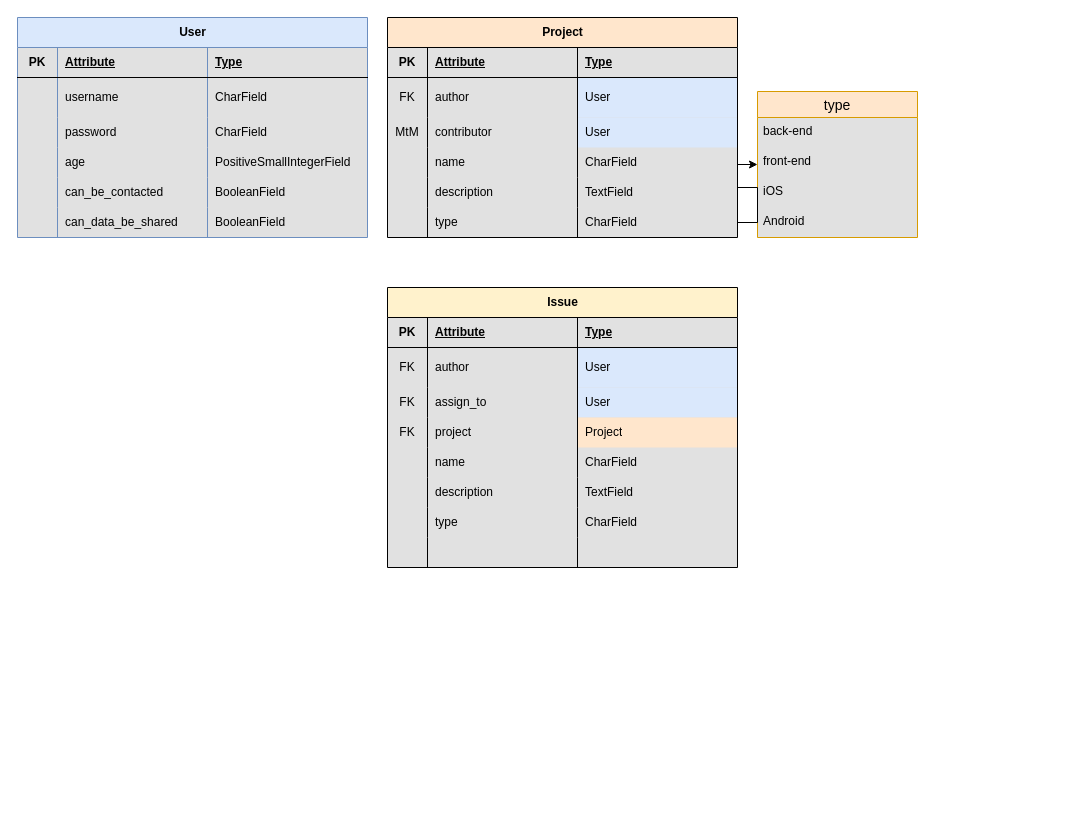
This is P10_model.drawio from CuteSlime/P10_Creez_une_API_securisee_RESTful_en_utilisant_Django_REST, a draw.io file, before an edit. Source tidied: cells renumbered, new cells numbered last; positions are measured from the earlier drawing's top-left corner, leaving out a move shared by most shapes. Both pictures are drawn from the tidied source at 100%, with x=0, y=0 at pixel (17, 17).
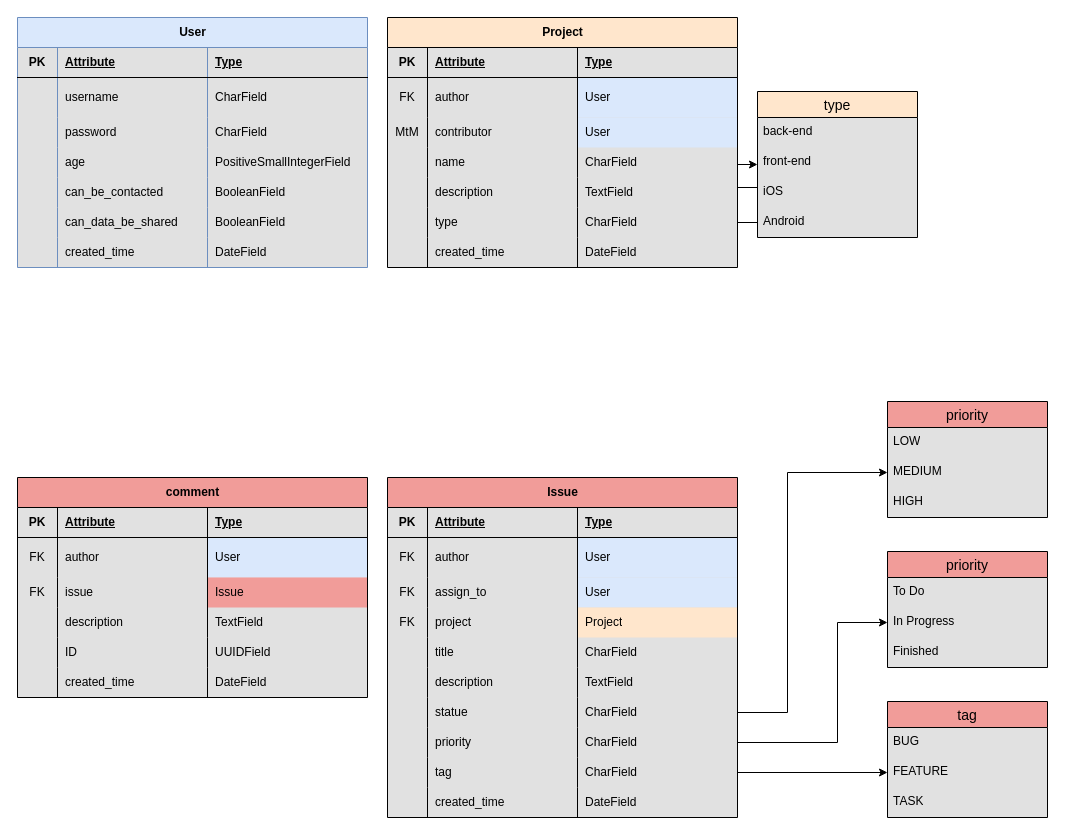
After the change.

Commit message:
Mettre à jour P10_model.drawio

The change refers to these unchanged cells:
```xml
<mxCell id="75" style="shape=tableRow;horizontal=0;startSize=0;swimlaneHead=0;swimlaneBody=0;fillColor=none;top=0;left=0;right=0;bottom=0;" parent="58" vertex="1">
  <mxGeometry y="160" width="350" height="30" as="geometry" />
</mxCell>
<mxCell id="83" style="shape=tableRow;horizontal=0;startSize=0;swimlaneHead=0;swimlaneBody=0;fillColor=none;points=[[0,0.5],[1,0.5]];portConstraint=eastwest;top=0;left=0;right=0;bottom=0;" parent="58" vertex="1">
  <mxGeometry y="220" width="350" height="30" as="geometry" />
</mxCell>
<mxCell id="87" style="shape=tableRow;horizontal=0;startSize=0;swimlaneHead=0;swimlaneBody=0;fillColor=none;points=[[0,0.5],[1,0.5]];portConstraint=eastwest;top=0;left=0;right=0;bottom=0;" parent="58" vertex="1">
  <mxGeometry y="250" width="350" height="30" as="geometry" />
</mxCell>
```

What changed in the source:
```diff
@@
     <mxCell id="2" value="User" style="shape=table;startSize=30;childLayout=tableLayout;rowLines=0;fontStyle=1;align=center;html=1;fillColor=#dae8fc;strokeColor=#6c8ebf;swimlaneFillColor=#E1E1E1;" parent="1" vertex="1">
-      <mxGeometry width="350" height="220" as="geometry" />
+      <mxGeometry width="350" height="250" as="geometry" />
     </mxCell>
@@
+    <mxCell id="91" style="shape=tableRow;horizontal=0;startSize=0;swimlaneHead=0;swimlaneBody=0;fillColor=none;top=0;left=0;right=0;bottom=0;" parent="2" vertex="1">
+      <mxGeometry y="220" width="350" height="30" as="geometry" />
+    </mxCell>
+    <mxCell id="92" style="shape=partialRectangle;fillColor=none;top=0;left=0;bottom=0;right=0;overflow=hidden;whiteSpace=wrap;html=1;" parent="91" vertex="1">
+      <mxGeometry width="40" height="30" as="geometry" />
+    </mxCell>
+    <mxCell id="93" value="created_time" style="shape=partialRectangle;fillColor=none;top=0;left=0;bottom=0;right=0;align=left;spacingLeft=6;overflow=hidden;whiteSpace=wrap;html=1;" parent="91" vertex="1">
+      <mxGeometry x="40" width="150" height="30" as="geometry" />
+    </mxCell>
+    <mxCell id="94" value="DateField" style="shape=partialRectangle;fillColor=none;top=0;left=0;bottom=0;right=0;align=left;spacingLeft=6;overflow=hidden;whiteSpace=wrap;html=1;" parent="91" vertex="1">
+      <mxGeometry x="190" width="160" height="30" as="geometry" />
+    </mxCell>
     <mxCell id="27" value="Project" style="shape=table;startSize=30;childLayout=tableLayout;rowLines=0;fontStyle=1;align=center;html=1;fillColor=#ffe6cc;strokeColor=#000000;swimlaneFillColor=#E1E1E1;" parent="1" vertex="1">
-      <mxGeometry x="370" width="350" height="220" as="geometry" />
+      <mxGeometry x="370" width="350" height="250" as="geometry" />
     </mxCell>
@@
+    <mxCell id="95" style="shape=tableRow;horizontal=0;startSize=0;swimlaneHead=0;swimlaneBody=0;fillColor=none;top=0;left=0;right=0;bottom=0;" parent="27" vertex="1">
+      <mxGeometry y="220" width="350" height="30" as="geometry" />
+    </mxCell>
+    <mxCell id="96" style="shape=partialRectangle;fillColor=none;top=0;left=0;bottom=0;right=0;overflow=hidden;whiteSpace=wrap;html=1;" parent="95" vertex="1">
+      <mxGeometry width="40" height="30" as="geometry" />
+    </mxCell>
+    <mxCell id="97" value="created_time" style="shape=partialRectangle;fillColor=none;top=0;left=0;bottom=0;right=0;align=left;spacingLeft=6;overflow=hidden;whiteSpace=wrap;html=1;" parent="95" vertex="1">
+      <mxGeometry x="40" width="150" height="30" as="geometry" />
+    </mxCell>
+    <mxCell id="98" value="DateField" style="shape=partialRectangle;fillColor=none;top=0;left=0;bottom=0;right=0;align=left;spacingLeft=6;overflow=hidden;whiteSpace=wrap;html=1;" parent="95" vertex="1">
+      <mxGeometry x="190" width="160" height="30" as="geometry" />
+    </mxCell>
-    <mxCell id="52" value="type" style="swimlane;fontStyle=0;horizontal=1;startSize=26;align=center;fontSize=14;fillColor=#ffe6cc;strokeColor=#d79b00;swimlaneFillColor=#E1E1E1;" parent="1" vertex="1">
+    <mxCell id="52" value="type" style="swimlane;fontStyle=0;horizontal=1;startSize=26;align=center;fontSize=14;fillColor=#ffe6cc;strokeColor=#000000;swimlaneFillColor=#E1E1E1;" parent="1" vertex="1">
       <mxGeometry x="740" y="74" width="160" height="146" as="geometry" />
     </mxCell>
@@
-    <mxCell id="58" value="Issue" style="shape=table;startSize=30;childLayout=tableLayout;rowLines=0;fontStyle=1;align=center;html=1;fillColor=#fff2cc;strokeColor=#000000;swimlaneFillColor=#E1E1E1;" parent="1" vertex="1">
-      <mxGeometry x="370" y="270" width="350" height="280" as="geometry" />
+    <mxCell id="58" value="Issue" style="shape=table;startSize=30;childLayout=tableLayout;rowLines=0;fontStyle=1;align=center;html=1;fillColor=#F19C99;strokeColor=#000000;swimlaneFillColor=#E1E1E1;" parent="1" vertex="1">
+      <mxGeometry x="370" y="460" width="350" height="340" as="geometry" />
     </mxCell>
@@
-    <mxCell id="77" value="name" style="shape=partialRectangle;fillColor=none;top=0;left=0;bottom=0;right=0;align=left;spacingLeft=6;overflow=hidden;whiteSpace=wrap;html=1;" parent="75" vertex="1">
+    <mxCell id="77" value="title" style="shape=partialRectangle;fillColor=none;top=0;left=0;bottom=0;right=0;align=left;spacingLeft=6;overflow=hidden;whiteSpace=wrap;html=1;" parent="75" vertex="1">
       <mxGeometry x="40" width="150" height="30" as="geometry" />
     </mxCell>
@@
-    <mxCell id="85" value="type" style="shape=partialRectangle;fillColor=none;top=0;left=0;bottom=0;right=0;align=left;spacingLeft=6;overflow=hidden;whiteSpace=wrap;html=1;" parent="83" vertex="1">
+    <mxCell id="85" value="statue" style="shape=partialRectangle;fillColor=none;top=0;left=0;bottom=0;right=0;align=left;spacingLeft=6;overflow=hidden;whiteSpace=wrap;html=1;" parent="83" vertex="1">
       <mxGeometry x="40" width="150" height="30" as="geometry" />
     </mxCell>
@@
-    <mxCell id="88" style="shape=partialRectangle;fillColor=none;top=0;left=0;bottom=0;right=0;overflow=hidden;whiteSpace=wrap;html=1;" parent="87" vertex="1">
-      <mxGeometry width="40" height="30" as="geometry" />
-    </mxCell>
-    <mxCell id="89" style="shape=partialRectangle;fillColor=none;top=0;left=0;bottom=0;right=0;align=left;spacingLeft=6;overflow=hidden;whiteSpace=wrap;html=1;" parent="87" vertex="1">
-      <mxGeometry x="40" width="150" height="30" as="geometry" />
-    </mxCell>
-    <mxCell id="90" style="shape=partialRectangle;fillColor=none;top=0;left=0;bottom=0;right=0;align=left;spacingLeft=6;overflow=hidden;whiteSpace=wrap;html=1;" parent="87" vertex="1">
-      <mxGeometry x="190" width="160" height="30" as="geometry" />
-    </mxCell>
+    <mxCell id="99" style="shape=partialRectangle;fillColor=none;top=0;left=0;bottom=0;right=0;overflow=hidden;whiteSpace=wrap;html=1;" parent="87" vertex="1">
+      <mxGeometry width="40" height="30" as="geometry" />
+    </mxCell>
+    <mxCell id="100" value="priority&lt;span style=&quot;white-space: pre;&quot;&gt;&#9;&lt;/span&gt;" style="shape=partialRectangle;fillColor=none;top=0;left=0;bottom=0;right=0;align=left;spacingLeft=6;overflow=hidden;whiteSpace=wrap;html=1;" parent="87" vertex="1">
+      <mxGeometry x="40" width="150" height="30" as="geometry" />
+    </mxCell>
+    <mxCell id="101" value="CharField" style="shape=partialRectangle;fillColor=none;top=0;left=0;bottom=0;right=0;align=left;spacingLeft=6;overflow=hidden;whiteSpace=wrap;html=1;" parent="87" vertex="1">
+      <mxGeometry x="190" width="160" height="30" as="geometry" />
+    </mxCell>
+    <mxCell id="102" style="shape=tableRow;horizontal=0;startSize=0;swimlaneHead=0;swimlaneBody=0;fillColor=none;points=[[0,0.5],[1,0.5]];portConstraint=eastwest;top=0;left=0;right=0;bottom=0;" parent="58" vertex="1">
+      <mxGeometry y="280" width="350" height="30" as="geometry" />
+    </mxCell>
+    <mxCell id="103" style="shape=partialRectangle;fillColor=none;top=0;left=0;bottom=0;right=0;overflow=hidden;whiteSpace=wrap;html=1;" parent="102" vertex="1">
+      <mxGeometry width="40" height="30" as="geometry" />
+    </mxCell>
+    <mxCell id="104" value="tag" style="shape=partialRectangle;fillColor=none;top=0;left=0;bottom=0;right=0;align=left;spacingLeft=6;overflow=hidden;whiteSpace=wrap;html=1;" parent="102" vertex="1">
+      <mxGeometry x="40" width="150" height="30" as="geometry" />
+    </mxCell>
+    <mxCell id="105" value="CharField" style="shape=partialRectangle;fillColor=none;top=0;left=0;bottom=0;right=0;align=left;spacingLeft=6;overflow=hidden;whiteSpace=wrap;html=1;" parent="102" vertex="1">
+      <mxGeometry x="190" width="160" height="30" as="geometry" />
+    </mxCell>
+    <mxCell id="106" style="shape=tableRow;horizontal=0;startSize=0;swimlaneHead=0;swimlaneBody=0;fillColor=none;top=0;left=0;right=0;bottom=0;" parent="58" vertex="1">
+      <mxGeometry y="310" width="350" height="30" as="geometry" />
+    </mxCell>
+    <mxCell id="107" style="shape=partialRectangle;fillColor=none;top=0;left=0;bottom=0;right=0;overflow=hidden;whiteSpace=wrap;html=1;" parent="106" vertex="1">
+      <mxGeometry width="40" height="30" as="geometry" />
+    </mxCell>
+    <mxCell id="108" value="created_time" style="shape=partialRectangle;fillColor=none;top=0;left=0;bottom=0;right=0;align=left;spacingLeft=6;overflow=hidden;whiteSpace=wrap;html=1;" parent="106" vertex="1">
+      <mxGeometry x="40" width="150" height="30" as="geometry" />
+    </mxCell>
+    <mxCell id="109" value="DateField" style="shape=partialRectangle;fillColor=none;top=0;left=0;bottom=0;right=0;align=left;spacingLeft=6;overflow=hidden;whiteSpace=wrap;html=1;" parent="106" vertex="1">
+      <mxGeometry x="190" width="160" height="30" as="geometry" />
+    </mxCell>
+    <mxCell id="110" value="priority" style="swimlane;fontStyle=0;horizontal=1;startSize=26;align=center;fontSize=14;fillColor=#F19C99;strokeColor=#000000;swimlaneFillColor=#E1E1E1;" parent="1" vertex="1">
+      <mxGeometry x="870" y="384" width="160" height="116" as="geometry" />
+    </mxCell>
+    <mxCell id="111" value="LOW" style="text;strokeColor=none;fillColor=none;spacingLeft=4;spacingRight=4;overflow=hidden;fontSize=12;whiteSpace=wrap;html=1;" parent="110" vertex="1">
+      <mxGeometry y="26" width="160" height="30" as="geometry" />
+    </mxCell>
+    <mxCell id="112" value="MEDIUM" style="text;strokeColor=none;fillColor=none;spacingLeft=4;spacingRight=4;overflow=hidden;points=[[0,0.5],[1,0.5]];portConstraint=eastwest;fontSize=12;whiteSpace=wrap;html=1;" parent="110" vertex="1">
+      <mxGeometry y="56" width="160" height="30" as="geometry" />
+    </mxCell>
+    <mxCell id="113" value="HIGH" style="text;strokeColor=none;fillColor=none;spacingLeft=4;spacingRight=4;overflow=hidden;fontSize=12;whiteSpace=wrap;html=1;" parent="110" vertex="1">
+      <mxGeometry y="86" width="160" height="30" as="geometry" />
+    </mxCell>
+    <mxCell id="114" value="tag" style="swimlane;fontStyle=0;horizontal=1;startSize=26;align=center;fontSize=14;fillColor=#F19C99;strokeColor=#000000;swimlaneFillColor=#E1E1E1;" parent="1" vertex="1">
+      <mxGeometry x="870" y="684" width="160" height="116" as="geometry" />
+    </mxCell>
+    <mxCell id="115" value="BUG" style="text;strokeColor=none;fillColor=none;spacingLeft=4;spacingRight=4;overflow=hidden;fontSize=12;whiteSpace=wrap;html=1;" parent="114" vertex="1">
+      <mxGeometry y="26" width="160" height="30" as="geometry" />
+    </mxCell>
+    <mxCell id="116" value="FEATURE" style="text;strokeColor=none;fillColor=none;spacingLeft=4;spacingRight=4;overflow=hidden;points=[[0,0.5],[1,0.5]];portConstraint=eastwest;fontSize=12;whiteSpace=wrap;html=1;" parent="114" vertex="1">
+      <mxGeometry y="56" width="160" height="30" as="geometry" />
+    </mxCell>
+    <mxCell id="117" value="TASK" style="text;strokeColor=none;fillColor=none;spacingLeft=4;spacingRight=4;overflow=hidden;fontSize=12;whiteSpace=wrap;html=1;" parent="114" vertex="1">
+      <mxGeometry y="86" width="160" height="30" as="geometry" />
+    </mxCell>
+    <mxCell id="118" value="priority" style="swimlane;fontStyle=0;horizontal=1;startSize=26;align=center;fontSize=14;fillColor=#F19C99;strokeColor=#000000;swimlaneFillColor=#E1E1E1;" parent="1" vertex="1">
+      <mxGeometry x="870" y="534" width="160" height="116" as="geometry" />
+    </mxCell>
+    <mxCell id="119" value="To Do" style="text;strokeColor=none;fillColor=none;spacingLeft=4;spacingRight=4;overflow=hidden;fontSize=12;whiteSpace=wrap;html=1;" parent="118" vertex="1">
+      <mxGeometry y="26" width="160" height="30" as="geometry" />
+    </mxCell>
+    <mxCell id="120" value="In Progress" style="text;strokeColor=none;fillColor=none;spacingLeft=4;spacingRight=4;overflow=hidden;points=[[0,0.5],[1,0.5]];portConstraint=eastwest;fontSize=12;whiteSpace=wrap;html=1;" parent="118" vertex="1">
+      <mxGeometry y="56" width="160" height="30" as="geometry" />
+    </mxCell>
+    <mxCell id="121" value="Finished" style="text;strokeColor=none;fillColor=none;spacingLeft=4;spacingRight=4;overflow=hidden;fontSize=12;whiteSpace=wrap;html=1;" parent="118" vertex="1">
+      <mxGeometry y="86" width="160" height="30" as="geometry" />
+    </mxCell>
+    <mxCell id="122" style="edgeStyle=orthogonalEdgeStyle;rounded=0;jettySize=auto;html=1;entryX=0;entryY=0.5;entryDx=0;entryDy=0;" parent="1" edge="1" source="102" target="116">
+      <mxGeometry relative="1" as="geometry" />
+    </mxCell>
+    <mxCell id="123" style="edgeStyle=orthogonalEdgeStyle;rounded=0;jettySize=auto;html=1;entryX=0;entryY=0.5;entryDx=0;entryDy=0;" parent="1" edge="1" source="87" target="120">
+      <mxGeometry relative="1" as="geometry">
+        <Array as="points">
+          <mxPoint x="820" y="725" />
+          <mxPoint x="820" y="605" />
+        </Array>
+      </mxGeometry>
+    </mxCell>
+    <mxCell id="124" style="edgeStyle=orthogonalEdgeStyle;rounded=0;jettySize=auto;html=1;entryX=0;entryY=0.5;entryDx=0;entryDy=0;" parent="1" edge="1" source="83" target="112">
+      <mxGeometry relative="1" as="geometry">
+        <Array as="points">
+          <mxPoint x="770" y="695" />
+          <mxPoint x="770" y="455" />
+        </Array>
+      </mxGeometry>
+    </mxCell>
+    <mxCell id="125" value="comment" style="shape=table;startSize=30;childLayout=tableLayout;rowLines=0;fontStyle=1;align=center;html=1;fillColor=#F19C99;strokeColor=#000000;swimlaneFillColor=#E1E1E1;" parent="1" vertex="1">
+      <mxGeometry y="460" width="350" height="220" as="geometry" />
+    </mxCell>
+    <mxCell id="126" style="shape=tableRow;horizontal=0;startSize=0;swimlaneHead=0;swimlaneBody=0;fillColor=none;top=0;left=0;right=0;bottom=1;" parent="125" vertex="1">
+      <mxGeometry y="30" width="350" height="30" as="geometry" />
+    </mxCell>
+    <mxCell id="127" value="PK" style="shape=partialRectangle;fillColor=none;top=0;left=0;bottom=0;right=0;fontStyle=1;overflow=hidden;whiteSpace=wrap;html=1;" parent="126" vertex="1">
+      <mxGeometry width="40" height="30" as="geometry" />
+    </mxCell>
+    <mxCell id="128" value="Attribute" style="shape=partialRectangle;fillColor=none;top=0;left=0;bottom=0;right=0;align=left;spacingLeft=6;fontStyle=5;overflow=hidden;whiteSpace=wrap;html=1;" parent="126" vertex="1">
+      <mxGeometry x="40" width="150" height="30" as="geometry" />
+    </mxCell>
+    <mxCell id="129" value="Type" style="shape=partialRectangle;fillColor=none;top=0;left=0;bottom=0;right=0;align=left;spacingLeft=6;fontStyle=5;overflow=hidden;whiteSpace=wrap;html=1;strokeColor=default;" parent="126" vertex="1">
+      <mxGeometry x="190" width="160" height="30" as="geometry" />
+    </mxCell>
+    <mxCell id="130" style="shape=tableRow;horizontal=0;startSize=0;swimlaneHead=0;swimlaneBody=0;fillColor=none;top=0;left=0;right=0;bottom=0;" parent="125" vertex="1">
+      <mxGeometry y="60" width="350" height="40" as="geometry" />
+    </mxCell>
+    <mxCell id="131" value="FK" style="shape=partialRectangle;fillColor=none;top=0;left=0;bottom=0;right=0;overflow=hidden;whiteSpace=wrap;html=1;" parent="130" vertex="1">
+      <mxGeometry width="40" height="40" as="geometry" />
+    </mxCell>
+    <mxCell id="132" value="author" style="shape=partialRectangle;fillColor=none;top=0;left=0;bottom=0;right=0;align=left;spacingLeft=6;overflow=hidden;whiteSpace=wrap;html=1;" parent="130" vertex="1">
+      <mxGeometry x="40" width="150" height="40" as="geometry" />
+    </mxCell>
+    <mxCell id="133" value="User" style="shape=partialRectangle;fillColor=#dae8fc;top=1;left=1;bottom=0;right=1;align=left;spacingLeft=6;overflow=hidden;whiteSpace=wrap;html=1;strokeColor=#000000;strokeWidth=1;fillStyle=auto;perimeterSpacing=0;" parent="130" vertex="1">
+      <mxGeometry x="190" width="160" height="40" as="geometry" />
+    </mxCell>
+    <mxCell id="134" style="shape=tableRow;horizontal=0;startSize=0;swimlaneHead=0;swimlaneBody=0;fillColor=none;top=0;left=0;right=0;bottom=0;" parent="125" vertex="1">
+      <mxGeometry y="100" width="350" height="30" as="geometry" />
+    </mxCell>
+    <mxCell id="135" value="FK" style="shape=partialRectangle;fillColor=none;top=0;left=0;bottom=0;right=0;overflow=hidden;whiteSpace=wrap;html=1;" parent="134" vertex="1">
+      <mxGeometry width="40" height="30" as="geometry" />
+    </mxCell>
+    <mxCell id="136" value="issue" style="shape=partialRectangle;fillColor=none;top=0;left=0;bottom=0;right=0;align=left;spacingLeft=6;overflow=hidden;whiteSpace=wrap;html=1;" parent="134" vertex="1">
+      <mxGeometry x="40" width="150" height="30" as="geometry" />
+    </mxCell>
+    <mxCell id="137" value="Issue" style="shape=partialRectangle;fillColor=#F19C99;top=0;left=1;bottom=0;right=1;align=left;spacingLeft=6;overflow=hidden;whiteSpace=wrap;html=1;strokeColor=#000000;strokeWidth=1;" parent="134" vertex="1">
+      <mxGeometry x="190" width="160" height="30" as="geometry" />
+    </mxCell>
+    <mxCell id="138" style="shape=tableRow;horizontal=0;startSize=0;swimlaneHead=0;swimlaneBody=0;fillColor=none;top=0;left=0;right=0;bottom=0;" parent="125" vertex="1">
+      <mxGeometry y="130" width="350" height="30" as="geometry" />
+    </mxCell>
+    <mxCell id="139" style="shape=partialRectangle;fillColor=none;top=0;left=0;bottom=0;right=0;overflow=hidden;whiteSpace=wrap;html=1;" parent="138" vertex="1">
+      <mxGeometry width="40" height="30" as="geometry" />
+    </mxCell>
+    <mxCell id="140" value="description" style="shape=partialRectangle;fillColor=none;top=0;left=0;bottom=0;right=0;align=left;spacingLeft=6;overflow=hidden;whiteSpace=wrap;html=1;" parent="138" vertex="1">
+      <mxGeometry x="40" width="150" height="30" as="geometry" />
+    </mxCell>
+    <mxCell id="141" value="&lt;div&gt;TextField&lt;/div&gt;" style="shape=partialRectangle;fillColor=none;top=0;left=0;bottom=0;right=0;align=left;spacingLeft=6;overflow=hidden;whiteSpace=wrap;html=1;" parent="138" vertex="1">
+      <mxGeometry x="190" width="160" height="30" as="geometry" />
+    </mxCell>
+    <mxCell id="142" style="shape=tableRow;horizontal=0;startSize=0;swimlaneHead=0;swimlaneBody=0;fillColor=none;top=0;left=0;right=0;bottom=0;" parent="125" vertex="1">
+      <mxGeometry y="160" width="350" height="30" as="geometry" />
+    </mxCell>
+    <mxCell id="143" style="shape=partialRectangle;fillColor=none;top=0;left=0;bottom=0;right=0;overflow=hidden;whiteSpace=wrap;html=1;" parent="142" vertex="1">
+      <mxGeometry width="40" height="30" as="geometry" />
+    </mxCell>
+    <mxCell id="144" value="ID" style="shape=partialRectangle;fillColor=none;top=0;left=0;bottom=0;right=0;align=left;spacingLeft=6;overflow=hidden;whiteSpace=wrap;html=1;" parent="142" vertex="1">
+      <mxGeometry x="40" width="150" height="30" as="geometry" />
+    </mxCell>
+    <mxCell id="145" value="UUIDField" style="shape=partialRectangle;fillColor=none;top=0;left=0;bottom=0;right=0;align=left;spacingLeft=6;overflow=hidden;whiteSpace=wrap;html=1;" parent="142" vertex="1">
+      <mxGeometry x="190" width="160" height="30" as="geometry" />
+    </mxCell>
+    <mxCell id="146" style="shape=tableRow;horizontal=0;startSize=0;swimlaneHead=0;swimlaneBody=0;fillColor=none;top=0;left=0;right=0;bottom=0;" parent="125" vertex="1">
+      <mxGeometry y="190" width="350" height="30" as="geometry" />
+    </mxCell>
+    <mxCell id="147" style="shape=partialRectangle;fillColor=none;top=0;left=0;bottom=0;right=0;overflow=hidden;whiteSpace=wrap;html=1;" parent="146" vertex="1">
+      <mxGeometry width="40" height="30" as="geometry" />
+    </mxCell>
+    <mxCell id="148" value="created_time" style="shape=partialRectangle;fillColor=none;top=0;left=0;bottom=0;right=0;align=left;spacingLeft=6;overflow=hidden;whiteSpace=wrap;html=1;" parent="146" vertex="1">
+      <mxGeometry x="40" width="150" height="30" as="geometry" />
+    </mxCell>
+    <mxCell id="149" value="DateField" style="shape=partialRectangle;fillColor=none;top=0;left=0;bottom=0;right=0;align=left;spacingLeft=6;overflow=hidden;whiteSpace=wrap;html=1;" parent="146" vertex="1">
+      <mxGeometry x="190" width="160" height="30" as="geometry" />
+    </mxCell>
```
